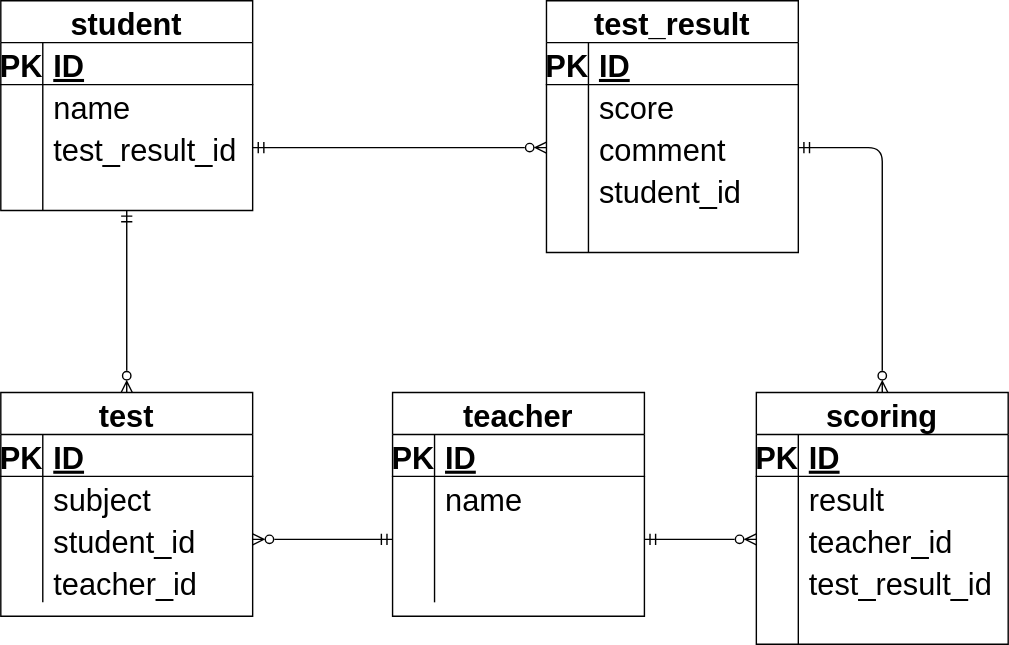
Earlier version of the draw.io export draw.svg (shuichi33/20220131_iwado). Source tidied: cells renumbered, new cells last; positions are measured from the earlier drawing's top-left corner, leaving out a move shared by most shapes.
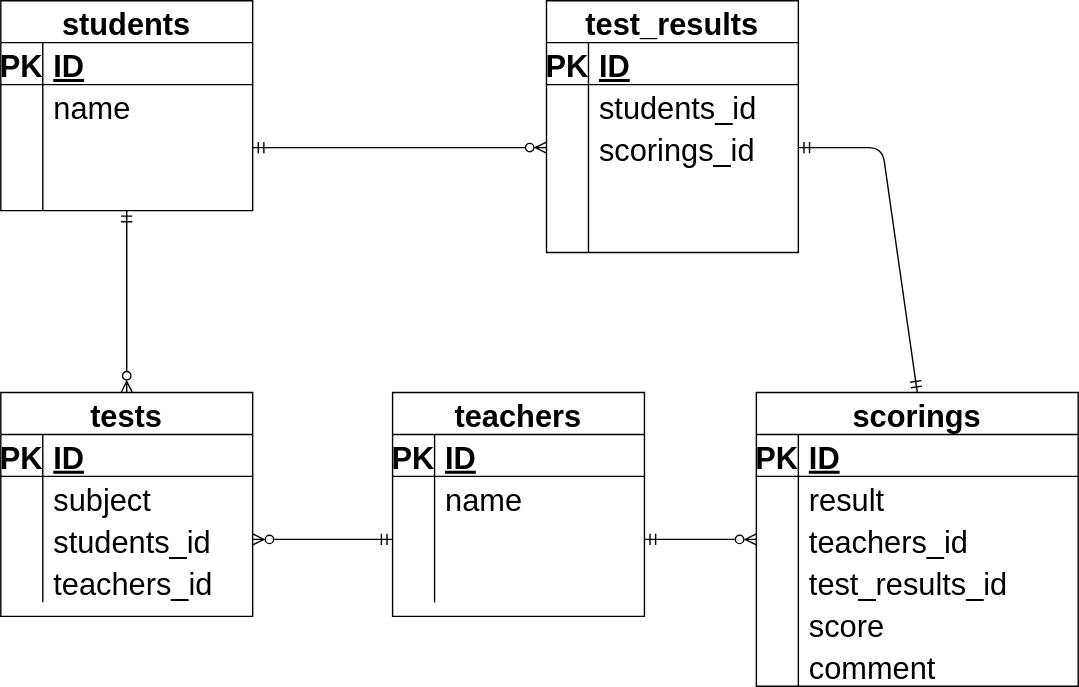
The same diagram one commit later.

What changed in the source:
```diff
@@ -5,7 +5,7 @@
     <mxCell id="2" style="html=1;entryX=0.5;entryY=0;entryDx=0;entryDy=0;fontFamily=Helvetica;fontSize=22;fontColor=default;startArrow=ERmandOne;startFill=0;endArrow=ERzeroToMany;endFill=0;" parent="1" edge="1" source="3" target="16">
       <mxGeometry relative="1" as="geometry" />
     </mxCell>
-    <mxCell id="3" value="student" style="shape=table;startSize=30;rowLines=0;fontStyle=1;align=center;fontFamily=Helvetica;fontSize=22;fontColor=default;strokeColor=default;fillColor=none;" parent="1" vertex="1">
+    <mxCell id="3" value="students" style="shape=table;startSize=30;rowLines=0;fontStyle=1;align=center;fontFamily=Helvetica;fontSize=22;fontColor=default;strokeColor=default;fillColor=none;" parent="1" vertex="1">
       <mxGeometry width="180" height="150" as="geometry" />
     </mxCell>
     <mxCell id="4" style="shape=partialRectangle;fillColor=none;top=0;left=0;bottom=1;right=0;fontFamily=Helvetica;fontSize=22;fontColor=default;strokeColor=default;" parent="3" vertex="1">
@@ -32,7 +32,7 @@
     <mxCell id="11" style="shape=partialRectangle;fillColor=none;top=0;left=0;bottom=0;right=0;overflow=hidden;fontFamily=Helvetica;fontSize=22;fontColor=default;strokeColor=default;" parent="10" vertex="1">
       <mxGeometry width="30" height="30" as="geometry" />
     </mxCell>
-    <mxCell id="12" value="test_result_id" style="shape=partialRectangle;fillColor=none;top=0;left=0;bottom=0;right=0;align=left;spacingLeft=6;overflow=hidden;fontFamily=Helvetica;fontSize=22;fontColor=default;strokeColor=default;" parent="10" vertex="1">
+    <mxCell id="12" style="shape=partialRectangle;fillColor=none;top=0;left=0;bottom=0;right=0;align=left;spacingLeft=6;overflow=hidden;fontFamily=Helvetica;fontSize=22;fontColor=default;strokeColor=default;" parent="10" vertex="1">
       <mxGeometry x="30" width="150" height="30" as="geometry" />
     </mxCell>
     <mxCell id="13" style="shape=partialRectangle;fillColor=none;top=0;left=0;bottom=0;right=0;fontFamily=Helvetica;fontSize=22;fontColor=default;strokeColor=default;" parent="3" vertex="1">
@@ -44,7 +44,7 @@
     <mxCell id="15" style="shape=partialRectangle;fillColor=none;top=0;left=0;bottom=0;right=0;align=left;spacingLeft=6;overflow=hidden;fontFamily=Helvetica;fontSize=22;fontColor=default;strokeColor=default;" parent="13" vertex="1">
       <mxGeometry x="30" width="150" height="30" as="geometry" />
     </mxCell>
-    <mxCell id="16" value="test" style="shape=table;startSize=30;rowLines=0;fontStyle=1;align=center;fontFamily=Helvetica;fontSize=22;fontColor=default;strokeColor=default;fillColor=none;" parent="1" vertex="1">
+    <mxCell id="16" value="tests" style="shape=table;startSize=30;rowLines=0;fontStyle=1;align=center;fontFamily=Helvetica;fontSize=22;fontColor=default;strokeColor=default;fillColor=none;" parent="1" vertex="1">
       <mxGeometry y="280" width="180" height="160" as="geometry" />
     </mxCell>
     <mxCell id="17" style="shape=partialRectangle;fillColor=none;top=0;left=0;bottom=1;right=0;fontFamily=Helvetica;fontSize=22;fontColor=default;strokeColor=default;" parent="16" vertex="1">
@@ -71,7 +71,7 @@
     <mxCell id="24" style="shape=partialRectangle;fillColor=none;top=0;left=0;bottom=0;right=0;overflow=hidden;fontFamily=Helvetica;fontSize=22;fontColor=default;strokeColor=default;" parent="23" vertex="1">
       <mxGeometry width="30" height="30" as="geometry" />
     </mxCell>
-    <mxCell id="25" value="student_id" style="shape=partialRectangle;fillColor=none;top=0;left=0;bottom=0;right=0;align=left;spacingLeft=6;overflow=hidden;fontFamily=Helvetica;fontSize=22;fontColor=default;strokeColor=default;" parent="23" vertex="1">
+    <mxCell id="25" value="students_id" style="shape=partialRectangle;fillColor=none;top=0;left=0;bottom=0;right=0;align=left;spacingLeft=6;overflow=hidden;fontFamily=Helvetica;fontSize=22;fontColor=default;strokeColor=default;" parent="23" vertex="1">
       <mxGeometry x="30" width="150" height="30" as="geometry" />
     </mxCell>
     <mxCell id="26" style="shape=partialRectangle;fillColor=none;top=0;left=0;bottom=0;right=0;fontFamily=Helvetica;fontSize=22;fontColor=default;strokeColor=default;" parent="16" vertex="1">
@@ -80,10 +80,10 @@
     <mxCell id="27" style="shape=partialRectangle;fillColor=none;top=0;left=0;bottom=0;right=0;overflow=hidden;fontFamily=Helvetica;fontSize=22;fontColor=default;strokeColor=default;" parent="26" vertex="1">
       <mxGeometry width="30" height="30" as="geometry" />
     </mxCell>
-    <mxCell id="28" value="teacher_id" style="shape=partialRectangle;fillColor=none;top=0;left=0;bottom=0;right=0;align=left;spacingLeft=6;overflow=hidden;fontFamily=Helvetica;fontSize=22;fontColor=default;strokeColor=default;" parent="26" vertex="1">
+    <mxCell id="28" value="teachers_id" style="shape=partialRectangle;fillColor=none;top=0;left=0;bottom=0;right=0;align=left;spacingLeft=6;overflow=hidden;fontFamily=Helvetica;fontSize=22;fontColor=default;strokeColor=default;" parent="26" vertex="1">
       <mxGeometry x="30" width="150" height="30" as="geometry" />
     </mxCell>
-    <mxCell id="29" value="teacher" style="shape=table;startSize=30;rowLines=0;fontStyle=1;align=center;fontFamily=Helvetica;fontSize=22;fontColor=default;strokeColor=default;fillColor=none;" parent="1" vertex="1">
+    <mxCell id="29" value="teachers" style="shape=table;startSize=30;rowLines=0;fontStyle=1;align=center;fontFamily=Helvetica;fontSize=22;fontColor=default;strokeColor=default;fillColor=none;" parent="1" vertex="1">
       <mxGeometry x="280" y="280" width="180" height="160" as="geometry" />
     </mxCell>
     <mxCell id="30" style="shape=partialRectangle;fillColor=none;top=0;left=0;bottom=1;right=0;fontFamily=Helvetica;fontSize=22;fontColor=default;strokeColor=default;" parent="29" vertex="1">
@@ -122,62 +122,71 @@
     <mxCell id="41" style="shape=partialRectangle;fillColor=none;top=0;left=0;bottom=0;right=0;align=left;spacingLeft=6;overflow=hidden;fontFamily=Helvetica;fontSize=22;fontColor=default;strokeColor=default;" parent="39" vertex="1">
       <mxGeometry x="30" width="150" height="30" as="geometry" />
     </mxCell>
-    <mxCell id="42" style="edgeStyle=none;html=1;exitX=0.5;exitY=0;exitDx=0;exitDy=0;entryX=1;entryY=0.5;entryDx=0;entryDy=0;fontFamily=Helvetica;fontSize=22;fontColor=default;startArrow=ERzeroToMany;startFill=0;endArrow=ERmandOne;endFill=0;" parent="1" edge="1" source="43" target="66">
+    <mxCell id="42" style="edgeStyle=none;html=1;exitX=0.5;exitY=0;exitDx=0;exitDy=0;entryX=1;entryY=0.5;entryDx=0;entryDy=0;fontFamily=Helvetica;fontSize=22;fontColor=default;startArrow=ERmandOne;startFill=0;endArrow=ERmandOne;endFill=0;" parent="1" edge="1" source="43" target="66">
       <mxGeometry relative="1" as="geometry">
         <Array as="points">
           <mxPoint x="630" y="105" />
         </Array>
       </mxGeometry>
     </mxCell>
-    <mxCell id="43" value="scoring" style="shape=table;startSize=30;rowLines=0;fontStyle=1;align=center;fontFamily=Helvetica;fontSize=22;fontColor=default;strokeColor=default;fillColor=none;" parent="1" vertex="1">
-      <mxGeometry x="540" y="280" width="180" height="180" as="geometry" />
+    <mxCell id="43" value="scorings" style="shape=table;startSize=30;rowLines=0;fontStyle=1;align=center;fontFamily=Helvetica;fontSize=22;fontColor=default;strokeColor=default;fillColor=none;" parent="1" vertex="1">
+      <mxGeometry x="540" y="280" width="230" height="210" as="geometry" />
     </mxCell>
     <mxCell id="44" style="shape=partialRectangle;fillColor=none;top=0;left=0;bottom=1;right=0;fontFamily=Helvetica;fontSize=22;fontColor=default;strokeColor=default;" parent="43" vertex="1">
-      <mxGeometry y="30" width="180" height="30" as="geometry" />
+      <mxGeometry y="30" width="230" height="30" as="geometry" />
     </mxCell>
     <mxCell id="45" value="PK" style="shape=partialRectangle;fillColor=none;top=0;left=0;bottom=0;right=0;fontStyle=1;overflow=hidden;fontFamily=Helvetica;fontSize=22;fontColor=default;strokeColor=default;" parent="44" vertex="1">
       <mxGeometry width="30" height="30" as="geometry" />
     </mxCell>
     <mxCell id="46" value="ID" style="shape=partialRectangle;fillColor=none;top=0;left=0;bottom=0;right=0;align=left;spacingLeft=6;fontStyle=5;overflow=hidden;fontFamily=Helvetica;fontSize=22;fontColor=default;strokeColor=default;" parent="44" vertex="1">
-      <mxGeometry x="30" width="150" height="30" as="geometry" />
+      <mxGeometry x="30" width="200" height="30" as="geometry" />
     </mxCell>
     <mxCell id="47" style="shape=partialRectangle;fillColor=none;top=0;left=0;bottom=0;right=0;fontFamily=Helvetica;fontSize=22;fontColor=default;strokeColor=default;" parent="43" vertex="1">
-      <mxGeometry y="60" width="180" height="30" as="geometry" />
+      <mxGeometry y="60" width="230" height="30" as="geometry" />
     </mxCell>
     <mxCell id="48" style="shape=partialRectangle;fillColor=none;top=0;left=0;bottom=0;right=0;overflow=hidden;fontFamily=Helvetica;fontSize=22;fontColor=default;strokeColor=default;" parent="47" vertex="1">
       <mxGeometry width="30" height="30" as="geometry" />
     </mxCell>
     <mxCell id="49" value="result" style="shape=partialRectangle;fillColor=none;top=0;left=0;bottom=0;right=0;align=left;spacingLeft=6;overflow=hidden;fontFamily=Helvetica;fontSize=22;fontColor=default;strokeColor=default;" parent="47" vertex="1">
-      <mxGeometry x="30" width="150" height="30" as="geometry" />
+      <mxGeometry x="30" width="200" height="30" as="geometry" />
     </mxCell>
     <mxCell id="50" style="shape=partialRectangle;fillColor=none;top=0;left=0;bottom=0;right=0;points=[[0,0.5],[1,0.5]];portConstraint=eastwest;fontFamily=Helvetica;fontSize=22;fontColor=default;strokeColor=default;" parent="43" vertex="1">
-      <mxGeometry y="90" width="180" height="30" as="geometry" />
+      <mxGeometry y="90" width="230" height="30" as="geometry" />
     </mxCell>
     <mxCell id="51" style="shape=partialRectangle;fillColor=none;top=0;left=0;bottom=0;right=0;overflow=hidden;fontFamily=Helvetica;fontSize=22;fontColor=default;strokeColor=default;" parent="50" vertex="1">
       <mxGeometry width="30" height="30" as="geometry" />
     </mxCell>
-    <mxCell id="52" value="teacher_id" style="shape=partialRectangle;fillColor=none;top=0;left=0;bottom=0;right=0;align=left;spacingLeft=6;overflow=hidden;fontFamily=Helvetica;fontSize=22;fontColor=default;strokeColor=default;" parent="50" vertex="1">
-      <mxGeometry x="30" width="150" height="30" as="geometry" />
+    <mxCell id="52" value="teachers_id" style="shape=partialRectangle;fillColor=none;top=0;left=0;bottom=0;right=0;align=left;spacingLeft=6;overflow=hidden;fontFamily=Helvetica;fontSize=22;fontColor=default;strokeColor=default;" parent="50" vertex="1">
+      <mxGeometry x="30" width="200" height="30" as="geometry" />
     </mxCell>
     <mxCell id="53" style="shape=partialRectangle;fillColor=none;top=0;left=0;bottom=0;right=0;fontFamily=Helvetica;fontSize=22;fontColor=default;strokeColor=default;" parent="43" vertex="1">
-      <mxGeometry y="120" width="180" height="30" as="geometry" />
+      <mxGeometry y="120" width="230" height="30" as="geometry" />
     </mxCell>
     <mxCell id="54" style="shape=partialRectangle;fillColor=none;top=0;left=0;bottom=0;right=0;overflow=hidden;fontFamily=Helvetica;fontSize=22;fontColor=default;strokeColor=default;" parent="53" vertex="1">
       <mxGeometry width="30" height="30" as="geometry" />
     </mxCell>
-    <mxCell id="55" value="test_result_id" style="shape=partialRectangle;fillColor=none;top=0;left=0;bottom=0;right=0;align=left;spacingLeft=6;overflow=hidden;fontFamily=Helvetica;fontSize=22;fontColor=default;strokeColor=default;" parent="53" vertex="1">
-      <mxGeometry x="30" width="150" height="30" as="geometry" />
+    <mxCell id="55" value="test_results_id" style="shape=partialRectangle;fillColor=none;top=0;left=0;bottom=0;right=0;align=left;spacingLeft=6;overflow=hidden;fontFamily=Helvetica;fontSize=22;fontColor=default;strokeColor=default;" parent="53" vertex="1">
+      <mxGeometry x="30" width="200" height="30" as="geometry" />
     </mxCell>
     <mxCell id="56" style="shape=partialRectangle;fillColor=none;top=0;left=0;bottom=0;right=0;fontFamily=Helvetica;fontSize=22;fontColor=default;strokeColor=default;" parent="43" vertex="1">
-      <mxGeometry y="150" width="180" height="30" as="geometry" />
+      <mxGeometry y="150" width="230" height="30" as="geometry" />
     </mxCell>
     <mxCell id="57" style="shape=partialRectangle;fillColor=none;top=0;left=0;bottom=0;right=0;overflow=hidden;fontFamily=Helvetica;fontSize=22;fontColor=default;strokeColor=default;" parent="56" vertex="1">
       <mxGeometry width="30" height="30" as="geometry" />
     </mxCell>
-    <mxCell id="58" style="shape=partialRectangle;fillColor=none;top=0;left=0;bottom=0;right=0;align=left;spacingLeft=6;overflow=hidden;fontFamily=Helvetica;fontSize=22;fontColor=default;strokeColor=default;" parent="56" vertex="1">
-      <mxGeometry x="30" width="150" height="30" as="geometry" />
+    <mxCell id="58" value="score" style="shape=partialRectangle;fillColor=none;top=0;left=0;bottom=0;right=0;align=left;spacingLeft=6;overflow=hidden;fontFamily=Helvetica;fontSize=22;fontColor=default;strokeColor=default;" parent="56" vertex="1">
+      <mxGeometry x="30" width="200" height="30" as="geometry" />
     </mxCell>
+    <mxCell id="78" style="shape=partialRectangle;fillColor=none;top=0;left=0;bottom=0;right=0;fontFamily=Helvetica;fontSize=22;fontColor=default;strokeColor=default;" parent="43" vertex="1">
+      <mxGeometry y="180" width="230" height="30" as="geometry" />
+    </mxCell>
+    <mxCell id="79" style="shape=partialRectangle;fillColor=none;top=0;left=0;bottom=0;right=0;overflow=hidden;fontFamily=Helvetica;fontSize=22;fontColor=default;strokeColor=default;" parent="78" vertex="1">
+      <mxGeometry width="30" height="30" as="geometry" />
+    </mxCell>
+    <mxCell id="80" value="comment" style="shape=partialRectangle;fillColor=none;top=0;left=0;bottom=0;right=0;align=left;spacingLeft=6;overflow=hidden;fontFamily=Helvetica;fontSize=22;fontColor=default;strokeColor=default;" parent="78" vertex="1">
+      <mxGeometry x="30" width="200" height="30" as="geometry" />
+    </mxCell>
-    <mxCell id="59" value="test_result" style="shape=table;startSize=30;rowLines=0;fontStyle=1;align=center;fontFamily=Helvetica;fontSize=22;fontColor=default;strokeColor=default;fillColor=none;" parent="1" vertex="1">
+    <mxCell id="59" value="test_results" style="shape=table;startSize=30;rowLines=0;fontStyle=1;align=center;fontFamily=Helvetica;fontSize=22;fontColor=default;strokeColor=default;fillColor=none;" parent="1" vertex="1">
       <mxGeometry x="390" width="180" height="180" as="geometry" />
     </mxCell>
     <mxCell id="60" style="shape=partialRectangle;fillColor=none;top=0;left=0;bottom=1;right=0;fontFamily=Helvetica;fontSize=22;fontColor=default;strokeColor=default;" parent="59" vertex="1">
@@ -195,7 +204,7 @@
     <mxCell id="64" style="shape=partialRectangle;fillColor=none;top=0;left=0;bottom=0;right=0;overflow=hidden;fontFamily=Helvetica;fontSize=22;fontColor=default;strokeColor=default;" parent="63" vertex="1">
       <mxGeometry width="30" height="30" as="geometry" />
     </mxCell>
-    <mxCell id="65" value="score" style="shape=partialRectangle;fillColor=none;top=0;left=0;bottom=0;right=0;align=left;spacingLeft=6;overflow=hidden;fontFamily=Helvetica;fontSize=22;fontColor=default;strokeColor=default;" parent="63" vertex="1">
+    <mxCell id="65" value="students_id" style="shape=partialRectangle;fillColor=none;top=0;left=0;bottom=0;right=0;align=left;spacingLeft=6;overflow=hidden;fontFamily=Helvetica;fontSize=22;fontColor=default;strokeColor=default;" parent="63" vertex="1">
       <mxGeometry x="30" width="150" height="30" as="geometry" />
     </mxCell>
     <mxCell id="66" style="shape=partialRectangle;fillColor=none;top=0;left=0;bottom=0;right=0;points=[[0,0.5],[1,0.5]];portConstraint=eastwest;fontFamily=Helvetica;fontSize=22;fontColor=default;strokeColor=default;" parent="59" vertex="1">
@@ -204,7 +213,7 @@
     <mxCell id="67" style="shape=partialRectangle;fillColor=none;top=0;left=0;bottom=0;right=0;overflow=hidden;fontFamily=Helvetica;fontSize=22;fontColor=default;strokeColor=default;" parent="66" vertex="1">
       <mxGeometry width="30" height="30" as="geometry" />
     </mxCell>
-    <mxCell id="68" value="comment" style="shape=partialRectangle;fillColor=none;top=0;left=0;bottom=0;right=0;align=left;spacingLeft=6;overflow=hidden;fontFamily=Helvetica;fontSize=22;fontColor=default;strokeColor=default;" parent="66" vertex="1">
+    <mxCell id="68" value="scorings_id" style="shape=partialRectangle;fillColor=none;top=0;left=0;bottom=0;right=0;align=left;spacingLeft=6;overflow=hidden;fontFamily=Helvetica;fontSize=22;fontColor=default;strokeColor=default;" parent="66" vertex="1">
       <mxGeometry x="30" width="150" height="30" as="geometry" />
     </mxCell>
     <mxCell id="69" style="shape=partialRectangle;fillColor=none;top=0;left=0;bottom=0;right=0;fontFamily=Helvetica;fontSize=22;fontColor=default;strokeColor=default;" parent="59" vertex="1">
@@ -213,7 +222,7 @@
     <mxCell id="70" style="shape=partialRectangle;fillColor=none;top=0;left=0;bottom=0;right=0;overflow=hidden;fontFamily=Helvetica;fontSize=22;fontColor=default;strokeColor=default;" parent="69" vertex="1">
       <mxGeometry width="30" height="30" as="geometry" />
     </mxCell>
-    <mxCell id="71" value="student_id" style="shape=partialRectangle;fillColor=none;top=0;left=0;bottom=0;right=0;align=left;spacingLeft=6;overflow=hidden;fontFamily=Helvetica;fontSize=22;fontColor=default;strokeColor=default;" parent="69" vertex="1">
+    <mxCell id="71" style="shape=partialRectangle;fillColor=none;top=0;left=0;bottom=0;right=0;align=left;spacingLeft=6;overflow=hidden;fontFamily=Helvetica;fontSize=22;fontColor=default;strokeColor=default;" parent="69" vertex="1">
       <mxGeometry x="30" width="150" height="30" as="geometry" />
     </mxCell>
     <mxCell id="72" style="shape=partialRectangle;fillColor=none;top=0;left=0;bottom=0;right=0;fontFamily=Helvetica;fontSize=22;fontColor=default;strokeColor=default;" parent="59" vertex="1">
```
